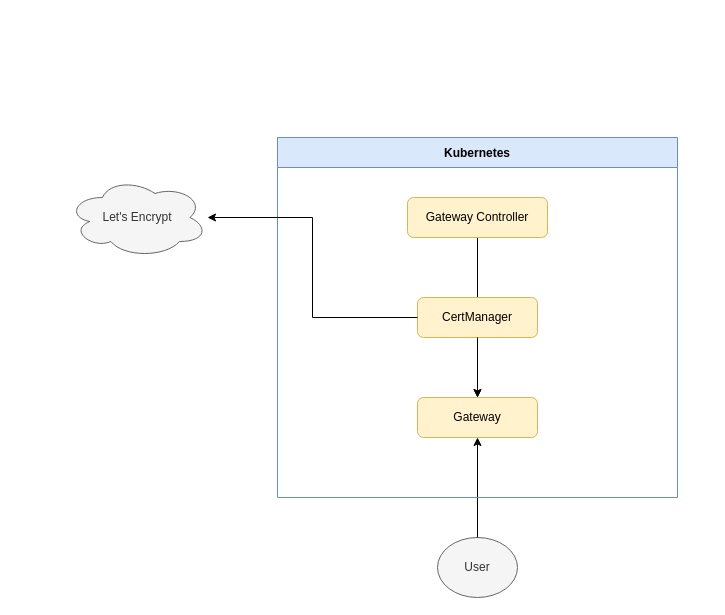
lezw-1/kubernetes-networking keeps this draw.io diagram as assets/architecture/architecture.drawio. Above is the earlier version. Source tidied: cells renumbered, new cells numbered last; positions are measured from the earlier drawing's top-left corner, leaving out a move shared by most shapes. Both pictures are drawn from the tidied source at 100%, with x=0, y=0 at pixel (67, 137).
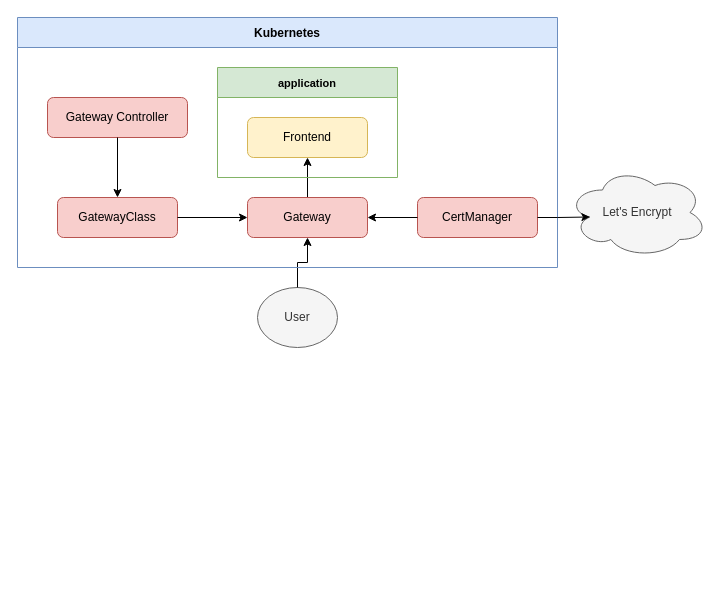
After the change.

Diff of the diagram source:
```diff
@@
 <mxGraphModel>
   <root>
     <mxCell id="0" />
     <mxCell id="1" parent="0" />
     <mxCell id="2" value="User" style="ellipse;whiteSpace=wrap;html=1;fillColor=#f5f5f5;fontColor=#333333;strokeColor=#666666;" parent="1" vertex="1">
-      <mxGeometry x="370" y="400" width="80" height="60" as="geometry" />
+      <mxGeometry x="190" y="150" width="80" height="60" as="geometry" />
     </mxCell>
     <mxCell id="3" style="edgeStyle=orthogonalEdgeStyle;rounded=0;jettySize=auto;html=1;" parent="1" edge="1" source="2" target="5">
       <mxGeometry relative="1" as="geometry" />
     </mxCell>
     <mxCell id="4" value="Kubernetes" style="swimlane;startSize=30;fillColor=#dae8fc;strokeColor=#6c8ebf;fontStyle=1;fontSize=12;" parent="1" vertex="1">
-      <mxGeometry x="210" width="400" height="360" as="geometry" />
+      <mxGeometry x="-50" y="-120" width="540" height="250" as="geometry" />
     </mxCell>
+    <mxCell id="12" style="edgeStyle=orthogonalEdgeStyle;rounded=0;jettySize=auto;html=1;" parent="4" edge="1" source="5" target="14">
+      <mxGeometry relative="1" as="geometry" />
+    </mxCell>
-    <mxCell id="5" value="Gateway" style="rounded=1;whiteSpace=wrap;html=1;fillColor=#fff2cc;strokeColor=#d6b656;" parent="4" vertex="1">
-      <mxGeometry x="140" y="260" width="120" height="40" as="geometry" />
+    <mxCell id="5" value="Gateway" style="rounded=1;whiteSpace=wrap;html=1;fillColor=#f8cecc;strokeColor=#b85450;" parent="4" vertex="1">
+      <mxGeometry x="230" y="180" width="120" height="40" as="geometry" />
     </mxCell>
-    <mxCell id="6" style="edgeStyle=orthogonalEdgeStyle;rounded=0;jettySize=auto;html=1;" parent="4" edge="1" source="8" target="5">
-      <mxGeometry relative="1" as="geometry" />
-    </mxCell>
-    <mxCell id="7" value="CertManager" style="rounded=1;whiteSpace=wrap;html=1;fillColor=#fff2cc;strokeColor=#d6b656;" parent="4" vertex="1">
-      <mxGeometry x="140" y="160" width="120" height="40" as="geometry" />
+    <mxCell id="7" value="CertManager" style="rounded=1;whiteSpace=wrap;html=1;fillColor=#f8cecc;strokeColor=#b85450;" parent="4" vertex="1">
+      <mxGeometry x="400" y="180" width="120" height="40" as="geometry" />
     </mxCell>
-    <mxCell id="8" value="Gateway Controller" style="rounded=1;whiteSpace=wrap;html=1;fillColor=#fff2cc;strokeColor=#d6b656;" parent="4" vertex="1">
-      <mxGeometry x="130" y="60" width="140" height="40" as="geometry" />
+    <mxCell id="8" value="Gateway Controller" style="rounded=1;whiteSpace=wrap;html=1;fillColor=#f8cecc;strokeColor=#b85450;" parent="4" vertex="1">
+      <mxGeometry x="30" y="80" width="140" height="40" as="geometry" />
     </mxCell>
     <mxCell id="9" style="edgeStyle=orthogonalEdgeStyle;rounded=0;jettySize=auto;html=1;" parent="4" edge="1" source="7" target="5">
       <mxGeometry relative="1" as="geometry" />
     </mxCell>
+    <mxCell id="13" value="application" style="swimlane;startSize=30;fillColor=#d5e8d4;strokeColor=#82b366;fontStyle=1;fontSize=11;" parent="4" vertex="1">
+      <mxGeometry x="200" y="50" width="180" height="110" as="geometry" />
+    </mxCell>
+    <mxCell id="14" value="Frontend" style="rounded=1;whiteSpace=wrap;html=1;fillColor=#fff2cc;strokeColor=#d6b656;" parent="13" vertex="1">
+      <mxGeometry x="30" y="50" width="120" height="40" as="geometry" />
+    </mxCell>
+    <mxCell id="15" value="GatewayClass" style="rounded=1;whiteSpace=wrap;html=1;fillColor=#f8cecc;strokeColor=#b85450;" parent="4" vertex="1">
+      <mxGeometry x="40" y="180" width="120" height="40" as="geometry" />
+    </mxCell>
+    <mxCell id="16" style="edgeStyle=orthogonalEdgeStyle;rounded=0;jettySize=auto;html=1;" parent="4" edge="1" source="8" target="15">
+      <mxGeometry relative="1" as="geometry" />
+    </mxCell>
+    <mxCell id="17" style="edgeStyle=orthogonalEdgeStyle;rounded=0;jettySize=auto;html=1;" parent="4" edge="1" source="15" target="5">
+      <mxGeometry relative="1" as="geometry" />
+    </mxCell>
     <mxCell id="10" value="Let's Encrypt" style="ellipse;shape=cloud;whiteSpace=wrap;html=1;fillColor=#f5f5f5;strokeColor=#666666;fontColor=#333333;" parent="1" vertex="1">
-      <mxGeometry y="40" width="140" height="80" as="geometry" />
+      <mxGeometry x="500" y="30" width="140" height="90" as="geometry" />
     </mxCell>
-    <mxCell id="11" style="edgeStyle=orthogonalEdgeStyle;rounded=0;jettySize=auto;html=1;exitX=0;exitY=0.5;exitDx=0;exitDy=0;entryX=1;entryY=0.5;entryDx=0;entryDy=0;" parent="1" edge="1" source="7" target="10">
+    <mxCell id="11" style="edgeStyle=orthogonalEdgeStyle;rounded=0;jettySize=auto;html=1;exitX=1;exitY=0.5;exitDx=0;exitDy=0;entryX=0.16;entryY=0.55;entryDx=0;entryDy=0;entryPerimeter=0;" parent="1" edge="1" source="7" target="10">
       <mxGeometry relative="1" as="geometry" />
     </mxCell>
   </root>
 </mxGraphModel>
```
